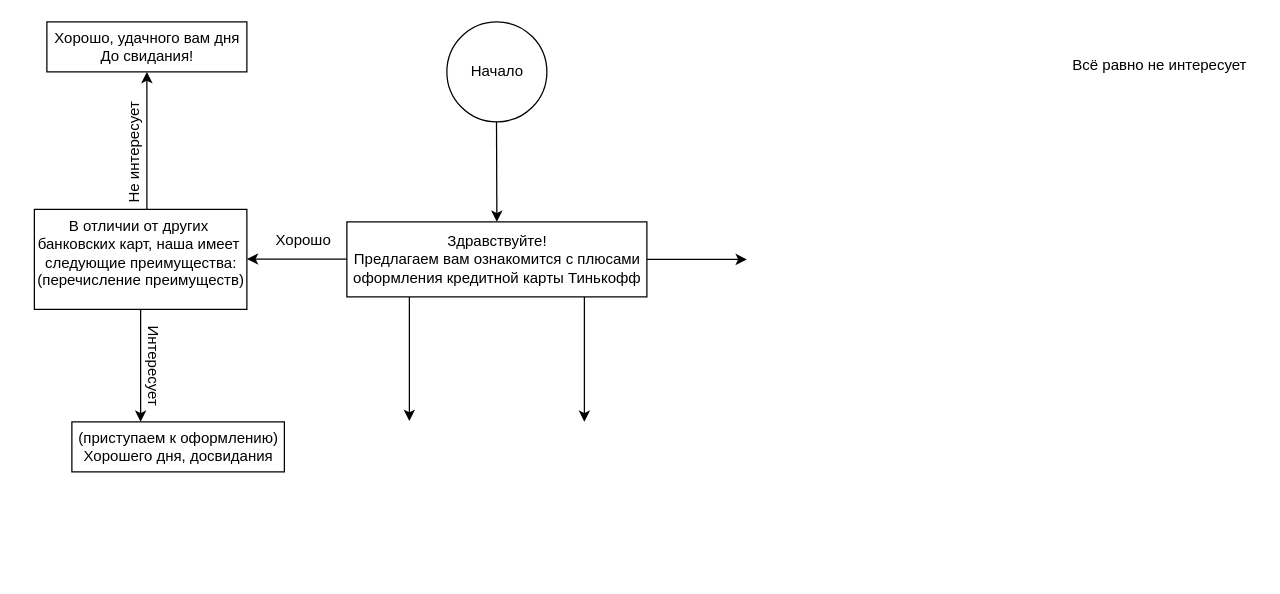
1331is/C2.9. keeps this draw.io diagram as Диаграмма без названия.drawio. Above is the earlier version. Source tidied: cells renumbered, new cells numbered last; positions are measured from the earlier drawing's top-left corner, leaving out a move shared by most shapes. Both pictures are drawn from the tidied source at 125%, with x=0, y=0 at pixel (21, 21).
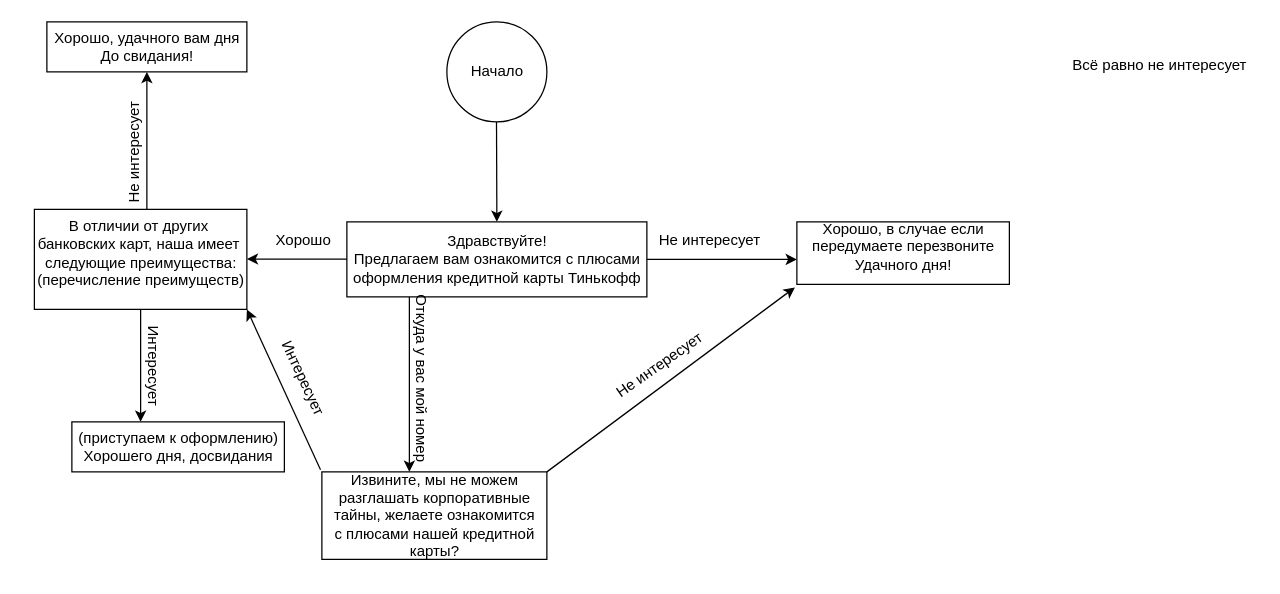
Above is the later version.

The change refers to these unchanged cells:
```xml
<mxCell id="12" style="rounded=0;whiteSpace=wrap;html=1;" parent="1" vertex="1">
  <mxGeometry x="10" y="150" width="170" height="80" as="geometry" />
</mxCell>
```

The edit, as a diff of the source:
```diff
@@
     <mxCell id="7" style="endArrow=classic;html=1;rounded=0;" parent="1" edge="1">
       <mxGeometry relative="1" as="geometry">
         <mxPoint x="500" y="190" as="sourcePoint" />
-        <mxPoint x="580" y="190" as="targetPoint" />
+        <mxPoint x="620" y="190" as="targetPoint" />
       </mxGeometry>
     </mxCell>
@@
     <mxCell id="9" style="endArrow=classic;html=1;rounded=0;exitX=0.344;exitY=1.011;exitDx=0;exitDy=0;exitPerimeter=0;" parent="1" edge="1">
       <mxGeometry relative="1" as="geometry">
         <mxPoint x="310" y="220" as="sourcePoint" />
-        <mxPoint x="310" y="319.3" as="targetPoint" />
+        <mxPoint x="310" y="360" as="targetPoint" />
       </mxGeometry>
     </mxCell>
-    <mxCell id="10" style="endArrow=classic;html=1;rounded=0;" parent="1" edge="1">
-      <mxGeometry relative="1" as="geometry">
-        <mxPoint x="450" y="220" as="sourcePoint" />
-        <mxPoint x="450" y="320" as="targetPoint" />
-      </mxGeometry>
-    </mxCell>
@@
+    <mxCell id="23" value="Не интересует" style="text;html=1;align=center;verticalAlign=middle;strokeColor=none;fillColor=none;" parent="1" vertex="1">
+      <mxGeometry x="500" y="160" width="100" height="30" as="geometry" />
+    </mxCell>
+    <mxCell id="24" style="rounded=0;whiteSpace=wrap;html=1;" parent="1" vertex="1">
+      <mxGeometry x="620" y="160" width="170" height="50" as="geometry" />
+    </mxCell>
+    <mxCell id="25" value="Хорошо, в случае если&lt;br&gt;передумаете перезвоните&lt;br&gt;Удачного дня!" style="text;html=1;align=center;verticalAlign=middle;points=[];strokeColor=none;fillColor=none;" parent="1" vertex="1">
+      <mxGeometry x="620" y="150" width="170" height="60" as="geometry" />
+    </mxCell>
+    <mxCell id="26" value="Откуда у вас мой номер" style="text;html=1;align=center;verticalAlign=middle;strokeColor=none;fillColor=none;rotation=90;" parent="1" vertex="1">
+      <mxGeometry x="240" y="270" width="160" height="30" as="geometry" />
+    </mxCell>
+    <mxCell id="27" style="rounded=0;whiteSpace=wrap;html=1;" parent="1" vertex="1">
+      <mxGeometry x="240" y="360" width="180" height="70" as="geometry" />
+    </mxCell>
+    <mxCell id="28" value="Извините, мы не можем&lt;br&gt;разглашать корпоративные&lt;br&gt;тайны, желаете ознакомится&lt;br&gt;с плюсами нашей кредитной&lt;br&gt;карты?" style="text;html=1;align=center;verticalAlign=middle;points=[];strokeColor=none;fillColor=none;" parent="1" vertex="1">
+      <mxGeometry x="240" y="350" width="180" height="90" as="geometry" />
+    </mxCell>
+    <mxCell id="29" style="edgeStyle=none;jettySize=auto;html=1;rounded=0;exitX=-0.006;exitY=0.092;exitDx=0;exitDy=0;exitPerimeter=0;entryX=1;entryY=1;entryDx=0;entryDy=0;" parent="1" edge="1" source="28" target="12">
+      <mxGeometry relative="1" as="geometry" />
+    </mxCell>
+    <mxCell id="30" value="Интересует" style="text;html=1;align=center;verticalAlign=middle;strokeColor=none;fillColor=none;rotation=65;" parent="1" vertex="1">
+      <mxGeometry x="180" y="270" width="90" height="30" as="geometry" />
+    </mxCell>
+    <mxCell id="31" style="endArrow=classic;html=1;rounded=0;entryX=-0.009;entryY=1.04;entryDx=0;entryDy=0;entryPerimeter=0;" parent="1" edge="1" target="25">
+      <mxGeometry relative="1" as="geometry">
+        <mxPoint x="420" y="360" as="sourcePoint" />
+      </mxGeometry>
+    </mxCell>
+    <mxCell id="32" value="Не интересует" style="text;html=1;align=center;verticalAlign=middle;strokeColor=none;fillColor=none;rotation=-35;" parent="1" vertex="1">
+      <mxGeometry x="460" y="260" width="100" height="30" as="geometry" />
+    </mxCell>
```
